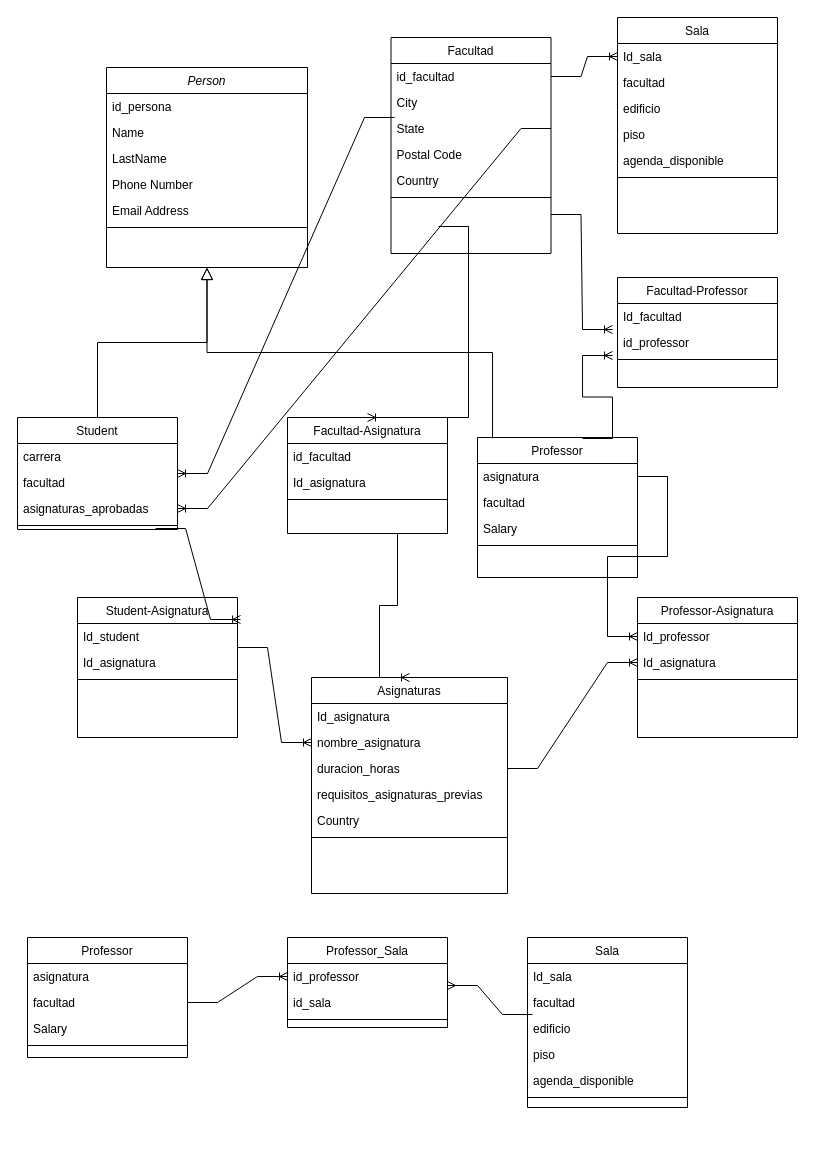
The draw.io diagram Untitled Diagram.drawio in AlexisAlegria/testingGit, before the edit. Source tidied: cells renumbered, new cells numbered last; positions are measured from the earlier drawing's top-left corner, leaving out a move shared by most shapes. Both pictures are drawn from the tidied source at 100%, with x=0, y=0 at pixel (17, 17).
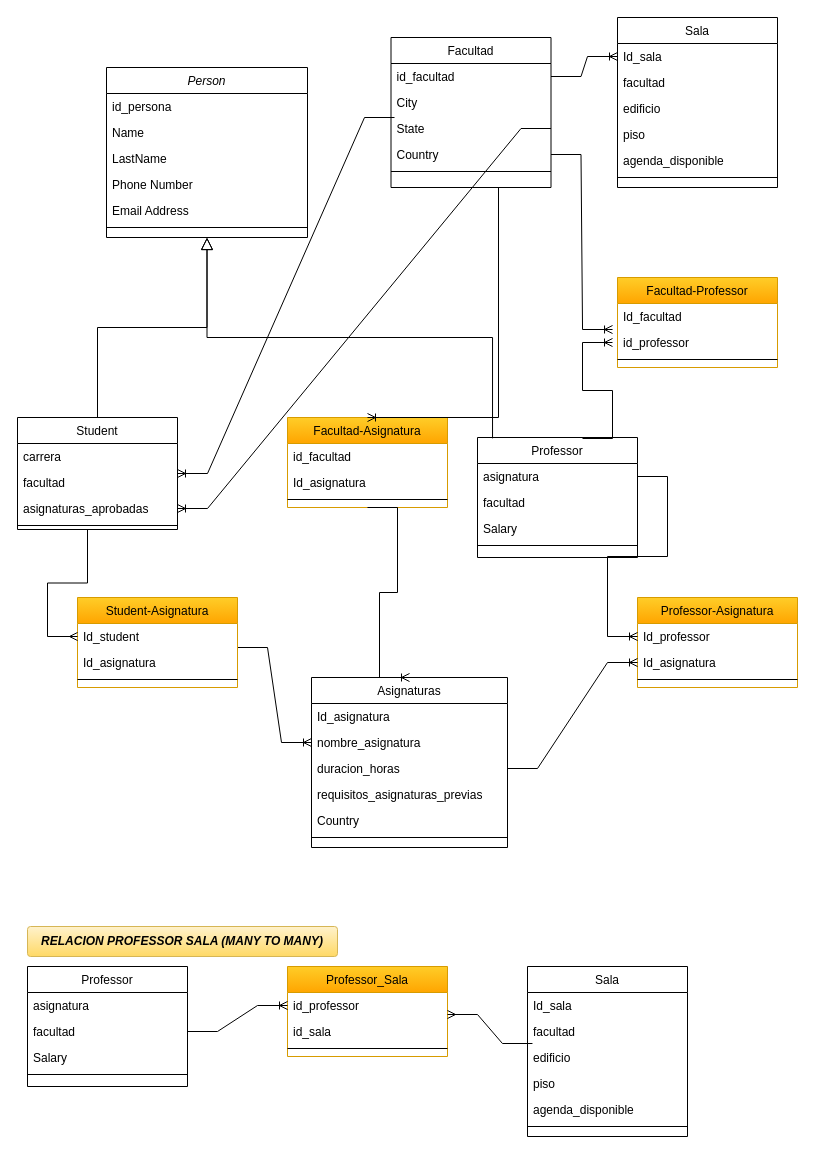
Above is the later version.

The change refers to these unchanged cells:
```xml
<mxCell id="9" value="Student" style="swimlane;fontStyle=0;align=center;verticalAlign=top;horizontal=1;startSize=26;rounded=0;shadow=0;strokeWidth=1;" parent="1" vertex="1">
  <mxGeometry y="400" width="160" height="112" as="geometry" />
</mxCell>
<mxCell id="13" style="line;html=1;strokeWidth=1;align=left;verticalAlign=middle;spacingTop=-1;spacingLeft=3;spacingRight=3;labelPosition=right;points=[];portConstraint=eastwest;" parent="9" vertex="1">
  <mxGeometry y="104" width="160" height="8" as="geometry" />
</mxCell>
<mxCell id="50" value="Id_student" style="text;align=left;verticalAlign=top;spacingLeft=4;spacingRight=4;overflow=hidden;points=[[0,0.5],[1,0.5]];portConstraint=eastwest;" parent="49" vertex="1">
  <mxGeometry y="26" width="160" height="26" as="geometry" />
</mxCell>
<mxCell id="59" value="id_professor" style="text;align=left;verticalAlign=top;spacingLeft=4;spacingRight=4;overflow=hidden;points=[[0,0.5],[1,0.5]];portConstraint=eastwest;rounded=0;shadow=0;html=0;" parent="57" vertex="1">
  <mxGeometry y="52" width="160" height="26" as="geometry" />
</mxCell>
```

What changed in the source:
```diff
@@
     <mxCell id="2" value="Person" style="swimlane;fontStyle=2;align=center;verticalAlign=top;horizontal=1;startSize=26;rounded=0;shadow=0;strokeWidth=1;" parent="1" vertex="1">
-      <mxGeometry x="89" y="50" width="201" height="200" as="geometry" />
+      <mxGeometry x="89" y="50" width="201" height="170" as="geometry" />
     </mxCell>
@@
     <mxCell id="15" value="Professor" style="swimlane;fontStyle=0;align=center;verticalAlign=top;horizontal=1;startSize=26;rounded=0;shadow=0;strokeWidth=1;" parent="1" vertex="1">
-      <mxGeometry x="460" y="420" width="160" height="140" as="geometry" />
+      <mxGeometry x="460" y="420" width="160" height="120" as="geometry" />
     </mxCell>
@@
     <mxCell id="21" value="Sala" style="swimlane;fontStyle=0;align=center;verticalAlign=top;horizontal=1;startSize=26;rounded=0;shadow=0;strokeWidth=1;" parent="1" vertex="1">
-      <mxGeometry x="600" width="160" height="216" as="geometry" />
+      <mxGeometry x="600" width="160" height="170" as="geometry" />
     </mxCell>
@@
     <mxCell id="28" value="Facultad" style="swimlane;fontStyle=0;align=center;verticalAlign=top;horizontal=1;startSize=26;rounded=0;shadow=0;strokeWidth=1;" parent="1" vertex="1">
-      <mxGeometry x="373.5" y="20" width="160" height="216" as="geometry" />
+      <mxGeometry x="373.5" y="20" width="160" height="150" as="geometry" />
     </mxCell>
@@
-    <mxCell id="32" value="Postal Code" style="text;align=left;verticalAlign=top;spacingLeft=4;spacingRight=4;overflow=hidden;rounded=0;shadow=0;html=0;" parent="28" vertex="1">
-      <mxGeometry y="104" width="160" height="26" as="geometry" />
-    </mxCell>
     <mxCell id="33" value="Country" style="text;align=left;verticalAlign=top;spacingLeft=4;spacingRight=4;overflow=hidden;points=[[0,0.5],[1,0.5]];portConstraint=eastwest;rounded=0;shadow=0;html=0;" parent="28" vertex="1">
-      <mxGeometry y="130" width="160" height="26" as="geometry" />
+      <mxGeometry y="104" width="160" height="26" as="geometry" />
     </mxCell>
     <mxCell id="34" style="line;html=1;strokeWidth=1;align=left;verticalAlign=middle;spacingTop=-1;spacingLeft=3;spacingRight=3;labelPosition=right;" parent="28" vertex="1">
-      <mxGeometry y="156" width="160" height="8" as="geometry" />
+      <mxGeometry y="130" width="160" height="8" as="geometry" />
     </mxCell>
     <mxCell id="35" value="Asignaturas" style="swimlane;fontStyle=0;align=center;verticalAlign=top;horizontal=1;startSize=26;rounded=0;shadow=0;strokeWidth=1;" parent="1" vertex="1">
-      <mxGeometry x="294" y="660" width="196" height="216" as="geometry" />
+      <mxGeometry x="294" y="660" width="196" height="170" as="geometry" />
     </mxCell>
@@
-    <mxCell id="42" value="Professor-Asignatura" style="swimlane;fontStyle=0;align=center;verticalAlign=top;horizontal=1;startSize=26;rounded=0;shadow=0;strokeWidth=1;" parent="1" vertex="1">
-      <mxGeometry x="620" y="580" width="160" height="140" as="geometry" />
+    <mxCell id="42" value="Professor-Asignatura" style="swimlane;fontStyle=0;align=center;verticalAlign=top;horizontal=1;startSize=26;rounded=0;shadow=0;strokeWidth=1;fillColor=#ffcd28;gradientColor=#ffa500;strokeColor=#d79b00;" parent="1" vertex="1">
+      <mxGeometry x="620" y="580" width="160" height="90" as="geometry" />
     </mxCell>
@@
-    <mxCell id="49" value="Student-Asignatura" style="swimlane;fontStyle=0;align=center;verticalAlign=top;horizontal=1;startSize=26;rounded=0;shadow=0;strokeWidth=1;" parent="1" vertex="1">
-      <mxGeometry x="60" y="580" width="160" height="140" as="geometry" />
+    <mxCell id="49" value="Student-Asignatura" style="swimlane;fontStyle=0;align=center;verticalAlign=top;horizontal=1;startSize=26;rounded=0;shadow=0;strokeWidth=1;fillColor=#ffcd28;gradientColor=#ffa500;strokeColor=#d79b00;" parent="1" vertex="1">
+      <mxGeometry x="60" y="580" width="160" height="90" as="geometry" />
     </mxCell>
@@
-    <mxCell id="53" style="edgeStyle=entityRelationEdgeStyle;fontSize=12;html=1;endArrow=ERoneToMany;rounded=0;entryX=1.019;entryY=-0.154;entryDx=0;entryDy=0;entryPerimeter=0;exitX=0.863;exitY=0.875;exitDx=0;exitDy=0;exitPerimeter=0;" parent="1" edge="1" source="13" target="50">
-      <mxGeometry relative="1" as="geometry" />
-    </mxCell>
@@
-    <mxCell id="57" value="Facultad-Professor" style="swimlane;fontStyle=0;align=center;verticalAlign=top;horizontal=1;startSize=26;rounded=0;shadow=0;strokeWidth=1;" parent="1" vertex="1">
-      <mxGeometry x="600" y="260" width="160" height="110" as="geometry" />
+    <mxCell id="57" value="Facultad-Professor" style="swimlane;fontStyle=0;align=center;verticalAlign=top;horizontal=1;startSize=26;rounded=0;shadow=0;strokeWidth=1;fillColor=#ffcd28;gradientColor=#ffa500;strokeColor=#d79b00;" parent="1" vertex="1">
+      <mxGeometry x="600" y="260" width="160" height="90" as="geometry" />
     </mxCell>
@@
-    <mxCell id="61" style="edgeStyle=entityRelationEdgeStyle;fontSize=12;html=1;endArrow=ERoneToMany;rounded=0;entryX=-0.031;entryY=1;entryDx=0;entryDy=0;entryPerimeter=0;" parent="1" edge="1" target="59">
+    <mxCell id="61" style="edgeStyle=entityRelationEdgeStyle;fontSize=12;html=1;endArrow=ERoneToMany;rounded=0;" parent="1" edge="1">
       <mxGeometry relative="1" as="geometry">
         <mxPoint x="565" y="421" as="sourcePoint" />
+        <mxPoint x="595" y="325" as="targetPoint" />
       </mxGeometry>
     </mxCell>
-    <mxCell id="62" style="edgeStyle=entityRelationEdgeStyle;fontSize=12;html=1;endArrow=ERoneToMany;rounded=0;exitX=1;exitY=0.5;exitDx=0;exitDy=0;entryX=-0.031;entryY=0;entryDx=0;entryDy=0;entryPerimeter=0;" parent="1" edge="1" target="59">
-      <mxGeometry relative="1" as="geometry">
-        <mxPoint x="533.5" y="197" as="sourcePoint" />
-      </mxGeometry>
+    <mxCell id="62" style="edgeStyle=entityRelationEdgeStyle;fontSize=12;html=1;endArrow=ERoneToMany;rounded=0;exitX=1;exitY=0.5;exitDx=0;exitDy=0;entryX=-0.031;entryY=0;entryDx=0;entryDy=0;entryPerimeter=0;" parent="1" edge="1" source="33" target="59">
+      <mxGeometry relative="1" as="geometry" />
     </mxCell>
-    <mxCell id="63" value="Facultad-Asignatura" style="swimlane;fontStyle=0;align=center;verticalAlign=top;horizontal=1;startSize=26;rounded=0;shadow=0;strokeWidth=1;" parent="1" vertex="1">
-      <mxGeometry x="270" y="400" width="160" height="116" as="geometry" />
+    <mxCell id="63" value="Facultad-Asignatura" style="swimlane;fontStyle=0;align=center;verticalAlign=top;horizontal=1;startSize=26;rounded=0;shadow=0;strokeWidth=1;fillColor=#ffcd28;gradientColor=#ffa500;strokeColor=#d79b00;" parent="1" vertex="1">
+      <mxGeometry x="270" y="400" width="160" height="90" as="geometry" />
     </mxCell>
@@
-    <mxCell id="68" style="edgeStyle=entityRelationEdgeStyle;fontSize=12;html=1;endArrow=ERoneToMany;rounded=0;exitX=0.297;exitY=0.962;exitDx=0;exitDy=0;exitPerimeter=0;entryX=0.5;entryY=0;entryDx=0;entryDy=0;" parent="1" edge="1" target="63">
+    <mxCell id="68" style="edgeStyle=entityRelationEdgeStyle;fontSize=12;html=1;endArrow=ERoneToMany;rounded=0;entryX=0.5;entryY=0;entryDx=0;entryDy=0;" parent="1" edge="1" target="63">
       <mxGeometry relative="1" as="geometry">
-        <mxPoint x="421" y="209" as="sourcePoint" />
+        <mxPoint x="451" y="170" as="sourcePoint" />
       </mxGeometry>
     </mxCell>
     <mxCell id="69" value="Professor" style="swimlane;fontStyle=0;align=center;verticalAlign=top;horizontal=1;startSize=26;rounded=0;shadow=0;strokeWidth=1;" parent="1" vertex="1">
-      <mxGeometry x="10" y="920" width="160" height="120" as="geometry" />
+      <mxGeometry x="10" y="949" width="160" height="120" as="geometry" />
     </mxCell>
@@
     <mxCell id="74" value="Sala" style="swimlane;fontStyle=0;align=center;verticalAlign=top;horizontal=1;startSize=26;rounded=0;shadow=0;strokeWidth=1;" parent="1" vertex="1">
-      <mxGeometry x="510" y="920" width="160" height="170" as="geometry" />
+      <mxGeometry x="510" y="949" width="160" height="170" as="geometry" />
     </mxCell>
@@
-    <mxCell id="81" value="Professor_Sala" style="swimlane;fontStyle=0;align=center;verticalAlign=top;horizontal=1;startSize=26;rounded=0;shadow=0;strokeWidth=1;" parent="1" vertex="1">
-      <mxGeometry x="270" y="920" width="160" height="90" as="geometry" />
+    <mxCell id="81" value="Professor_Sala" style="swimlane;fontStyle=0;align=center;verticalAlign=top;horizontal=1;startSize=26;rounded=0;shadow=0;strokeWidth=1;fillColor=#ffcd28;gradientColor=#ffa500;strokeColor=#d79b00;" parent="1" vertex="1">
+      <mxGeometry x="270" y="949" width="160" height="90" as="geometry" />
     </mxCell>
@@
+    <mxCell id="87" value="RELACION PROFESSOR SALA (MANY TO MANY)" style="rounded=1;arcSize=10;whiteSpace=wrap;html=1;align=center;fontStyle=3;fillColor=#fff2cc;gradientColor=#ffd966;strokeColor=#d6b656;" parent="1" vertex="1">
+      <mxGeometry x="10" y="909" width="310" height="30" as="geometry" />
+    </mxCell>
+    <mxCell id="88" style="edgeStyle=entityRelationEdgeStyle;fontSize=12;html=1;endArrow=ERmany;rounded=0;entryX=0;entryY=0.5;entryDx=0;entryDy=0;exitX=0.25;exitY=1;exitDx=0;exitDy=0;" parent="1" edge="1" source="9" target="50">
+      <mxGeometry relative="1" as="geometry" />
+    </mxCell>
```
